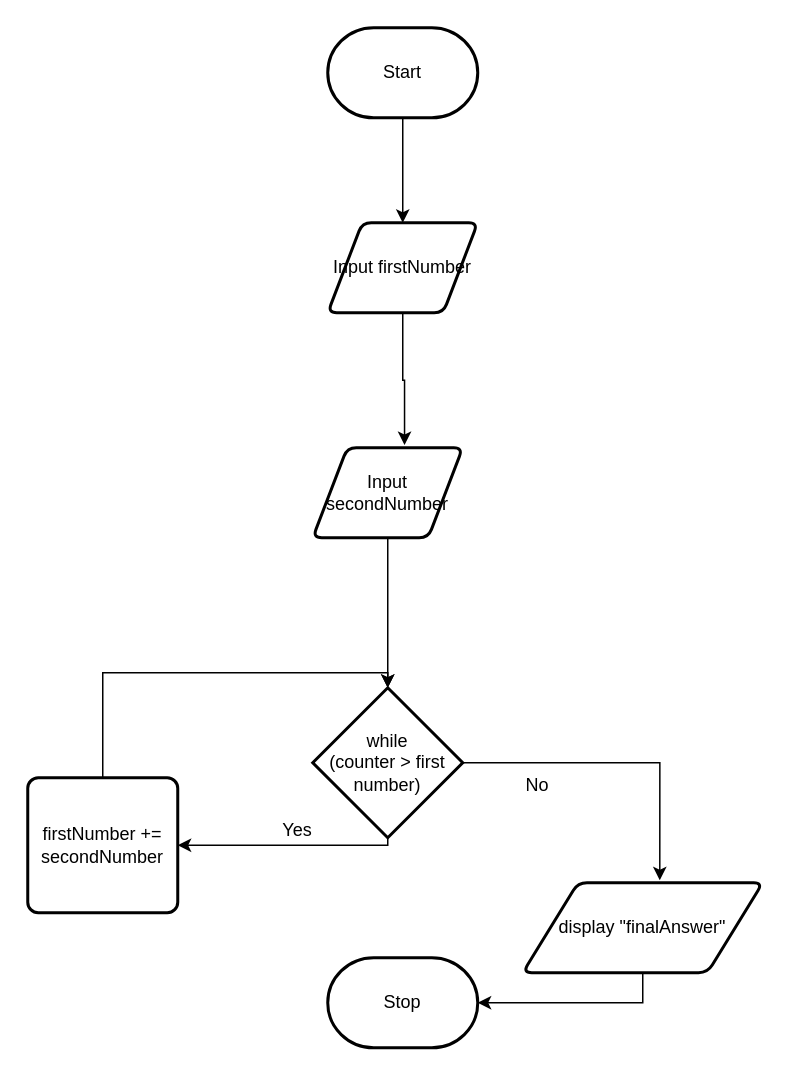
MTHS-ICD2O-1-2023/ICD2O-Unit-5-06-Gabriel-Zanardi keeps this draw.io diagram as design/flowchart.drawio. Above is the earlier version. Source tidied: cells renumbered, new cells numbered last; positions are measured from the earlier drawing's top-left corner, leaving out a move shared by most shapes. Both pictures are drawn from the tidied source at 150%, with x=0, y=0 at pixel (27, 27).
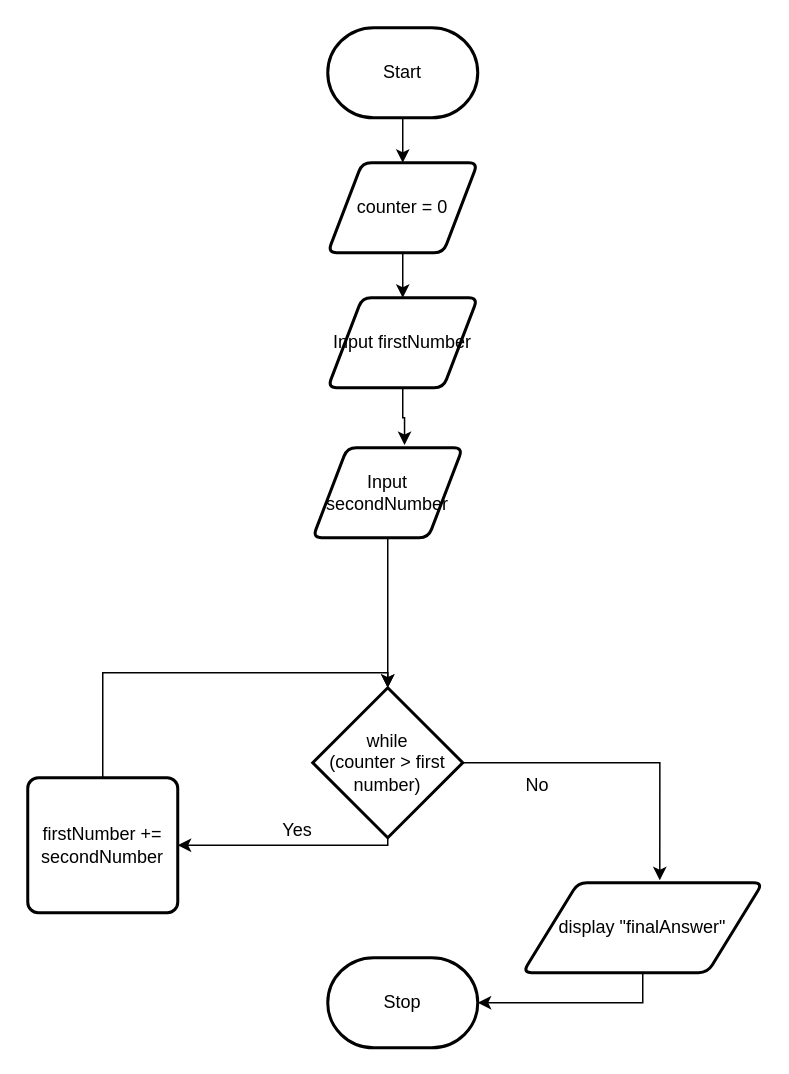
Above is the later version.

Unchanged cells that the change refers to:
```xml
<mxCell id="3" value="Start" style="strokeWidth=2;html=1;shape=mxgraph.flowchart.terminator;whiteSpace=wrap;" parent="1" vertex="1">
  <mxGeometry x="200" width="100" height="60" as="geometry" />
</mxCell>
```

The edit, as a diff of the source:
```diff
@@
-    <mxCell id="2" style="edgeStyle=orthogonalEdgeStyle;rounded=0;html=1;entryX=0.5;entryY=0;entryDx=0;entryDy=0;" parent="1" edge="1" source="3" target="17">
-      <mxGeometry relative="1" as="geometry" />
-    </mxCell>
+    <mxCell id="18" style="edgeStyle=orthogonalEdgeStyle;rounded=0;html=1;entryX=0.5;entryY=0;entryDx=0;entryDy=0;" parent="1" edge="1" source="3" target="20">
+      <mxGeometry relative="1" as="geometry" />
+    </mxCell>
@@
     <mxCell id="17" value="Input firstNumber" style="shape=parallelogram;html=1;strokeWidth=2;perimeter=parallelogramPerimeter;whiteSpace=wrap;rounded=1;arcSize=12;size=0.23;" parent="1" vertex="1">
-      <mxGeometry x="200" y="130" width="100" height="60" as="geometry" />
+      <mxGeometry x="200" y="180" width="100" height="60" as="geometry" />
     </mxCell>
+    <mxCell id="19" style="edgeStyle=orthogonalEdgeStyle;html=1;entryX=0.5;entryY=0;entryDx=0;entryDy=0;rounded=0;" parent="1" edge="1" source="20" target="17">
+      <mxGeometry relative="1" as="geometry" />
+    </mxCell>
+    <mxCell id="20" value="counter = 0" style="shape=parallelogram;html=1;strokeWidth=2;perimeter=parallelogramPerimeter;whiteSpace=wrap;rounded=1;arcSize=12;size=0.23;" parent="1" vertex="1">
+      <mxGeometry x="200" y="90" width="100" height="60" as="geometry" />
+    </mxCell>
```
